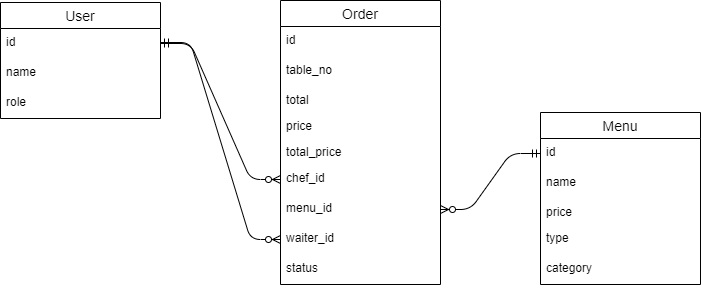
Before: img/erd.png, a diagram exported from draw.io (epebri/btpns-test). Source tidied: cells renumbered, new cells last; positions are measured from the earlier drawing's top-left corner, leaving out a move shared by most shapes.
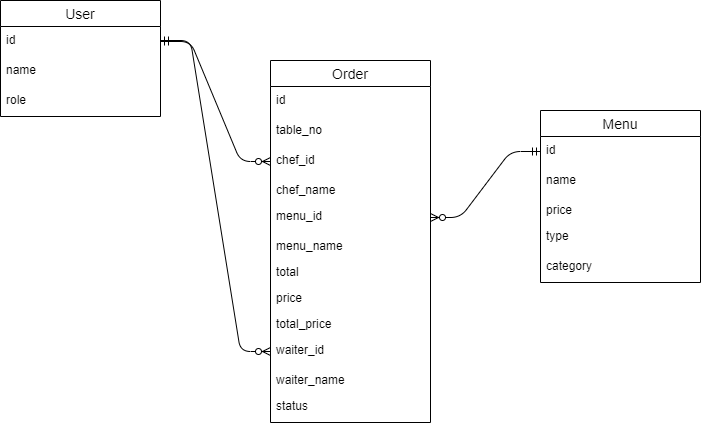
Above is the later version.

Diff of the diagram source:
```diff
@@ -15,7 +15,7 @@
       <mxGeometry y="86" width="160" height="30" as="geometry" />
     </mxCell>
     <mxCell id="6" value="Order" style="swimlane;fontStyle=0;horizontal=1;startSize=26;align=center;fontSize=14;" parent="1" vertex="1">
-      <mxGeometry x="280" width="160" height="284" as="geometry" />
+      <mxGeometry x="270" y="62" width="160" height="362" as="geometry" />
     </mxCell>
     <mxCell id="7" value="id" style="text;strokeColor=none;fillColor=none;spacingLeft=4;spacingRight=4;overflow=hidden;fontSize=12;" parent="6" vertex="1">
       <mxGeometry y="26" width="160" height="30" as="geometry" />
@@ -23,26 +23,35 @@
     <mxCell id="8" value="table_no" style="text;strokeColor=none;fillColor=none;spacingLeft=4;spacingRight=4;overflow=hidden;fontSize=12;" parent="6" vertex="1">
       <mxGeometry y="56" width="160" height="30" as="geometry" />
     </mxCell>
+    <mxCell id="12" value="chef_id" style="text;strokeColor=none;fillColor=none;spacingLeft=4;spacingRight=4;overflow=hidden;points=[[0,0.5],[1,0.5]];portConstraint=eastwest;fontSize=12;" parent="6" vertex="1">
+      <mxGeometry y="86" width="160" height="30" as="geometry" />
+    </mxCell>
+    <mxCell id="25" value="chef_name" style="text;strokeColor=none;fillColor=none;align=left;verticalAlign=top;spacingLeft=4;spacingRight=4;overflow=hidden;" parent="6" vertex="1">
+      <mxGeometry y="116" width="160" height="26" as="geometry" />
+    </mxCell>
+    <mxCell id="13" value="menu_id" style="text;strokeColor=none;fillColor=none;spacingLeft=4;spacingRight=4;overflow=hidden;points=[[0,0.5],[1,0.5]];portConstraint=eastwest;fontSize=12;" parent="6" vertex="1">
+      <mxGeometry y="142" width="160" height="30" as="geometry" />
+    </mxCell>
+    <mxCell id="26" value="menu_name" style="text;strokeColor=none;fillColor=none;align=left;verticalAlign=top;spacingLeft=4;spacingRight=4;overflow=hidden;" parent="6" vertex="1">
+      <mxGeometry y="172" width="160" height="26" as="geometry" />
+    </mxCell>
     <mxCell id="9" value="total" style="text;strokeColor=none;fillColor=none;align=left;verticalAlign=top;spacingLeft=4;spacingRight=4;overflow=hidden;" parent="6" vertex="1">
-      <mxGeometry y="86" width="160" height="26" as="geometry" />
+      <mxGeometry y="198" width="160" height="26" as="geometry" />
     </mxCell>
     <mxCell id="10" value="price" style="text;strokeColor=none;fillColor=none;align=left;verticalAlign=top;spacingLeft=4;spacingRight=4;overflow=hidden;" parent="6" vertex="1">
-      <mxGeometry y="112" width="160" height="26" as="geometry" />
+      <mxGeometry y="224" width="160" height="26" as="geometry" />
     </mxCell>
     <mxCell id="11" value="total_price" style="text;strokeColor=none;fillColor=none;align=left;verticalAlign=top;spacingLeft=4;spacingRight=4;overflow=hidden;" parent="6" vertex="1">
-      <mxGeometry y="138" width="160" height="26" as="geometry" />
+      <mxGeometry y="250" width="160" height="26" as="geometry" />
     </mxCell>
-    <mxCell id="12" value="chef_id" style="text;strokeColor=none;fillColor=none;spacingLeft=4;spacingRight=4;overflow=hidden;points=[[0,0.5],[1,0.5]];portConstraint=eastwest;fontSize=12;" parent="6" vertex="1">
-      <mxGeometry y="164" width="160" height="30" as="geometry" />
-    </mxCell>
-    <mxCell id="13" value="menu_id" style="text;strokeColor=none;fillColor=none;spacingLeft=4;spacingRight=4;overflow=hidden;points=[[0,0.5],[1,0.5]];portConstraint=eastwest;fontSize=12;" parent="6" vertex="1">
-      <mxGeometry y="194" width="160" height="30" as="geometry" />
-    </mxCell>
     <mxCell id="14" value="waiter_id" style="text;strokeColor=none;fillColor=none;spacingLeft=4;spacingRight=4;overflow=hidden;points=[[0,0.5],[1,0.5]];portConstraint=eastwest;fontSize=12;" parent="6" vertex="1">
-      <mxGeometry y="224" width="160" height="30" as="geometry" />
+      <mxGeometry y="276" width="160" height="30" as="geometry" />
     </mxCell>
+    <mxCell id="27" value="waiter_name" style="text;strokeColor=none;fillColor=none;align=left;verticalAlign=top;spacingLeft=4;spacingRight=4;overflow=hidden;" parent="6" vertex="1">
+      <mxGeometry y="306" width="160" height="26" as="geometry" />
+    </mxCell>
     <mxCell id="15" value="status" style="text;strokeColor=none;fillColor=none;spacingLeft=4;spacingRight=4;overflow=hidden;fontSize=12;" parent="6" vertex="1">
-      <mxGeometry y="254" width="160" height="30" as="geometry" />
+      <mxGeometry y="332" width="160" height="30" as="geometry" />
     </mxCell>
     <mxCell id="16" value="Menu" style="swimlane;fontStyle=0;horizontal=1;startSize=26;align=center;fontSize=14;" parent="1" vertex="1">
       <mxGeometry x="540" y="112" width="160" height="172" as="geometry" />
```
